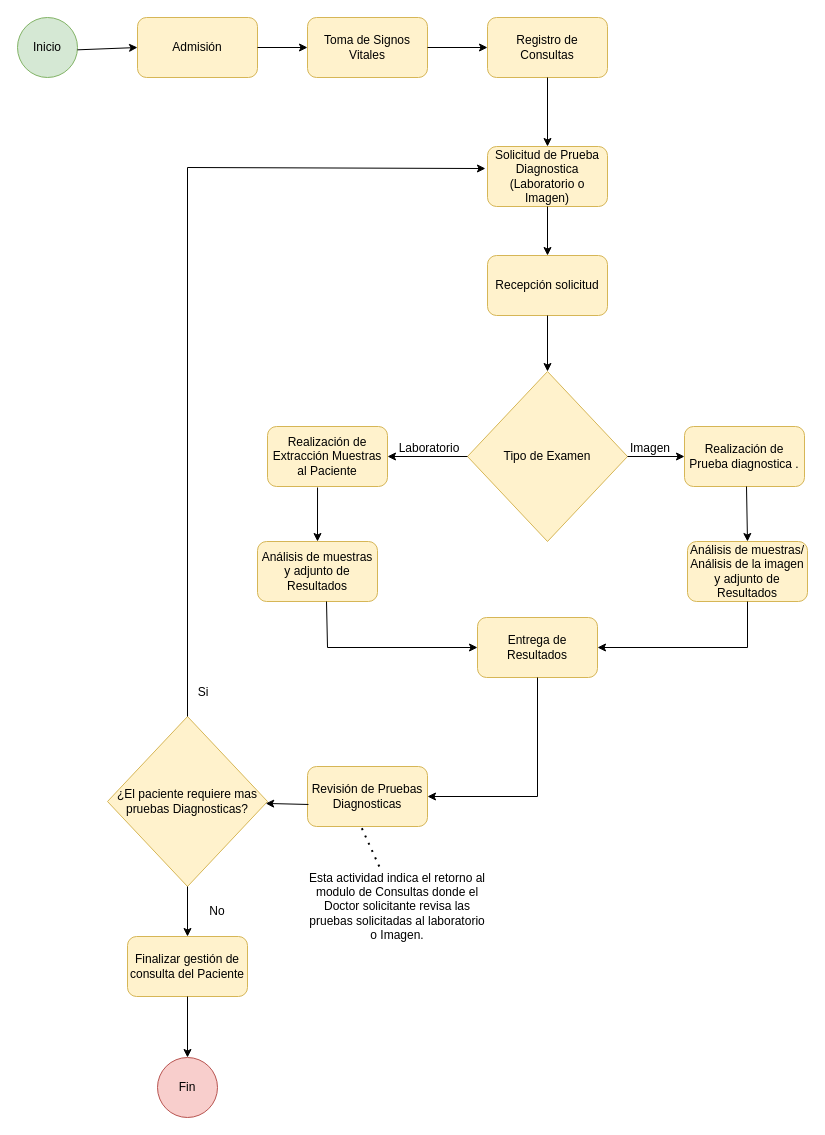
The draw.io diagram page "Diagrama de Laboratorio" (6 of 7) of Untitled Diagram.drawio in marguello86/Equipo1_MINSA, before the edit. Source tidied: cells renumbered, new cells numbered last; positions are measured from the earlier drawing's top-left corner, leaving out a move shared by most shapes. Both pictures are drawn from the tidied source at 100%, with x=0, y=0 at pixel (17, 17).
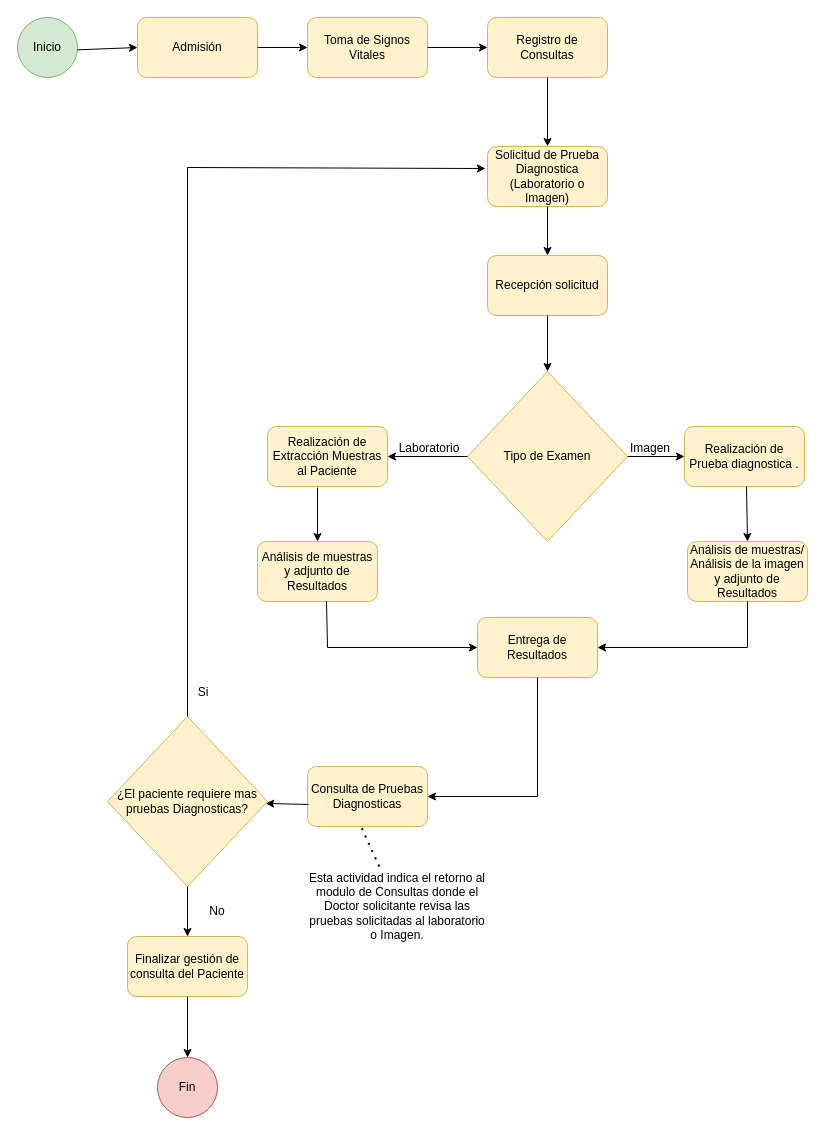
Above is the later version.

The edit, as a diff of the source:
```diff
@@
-    <mxCell id="18" value="Revisión de Pruebas Diagnosticas" style="rounded=1;whiteSpace=wrap;html=1;fillColor=#fff2cc;strokeColor=#d6b656;" parent="1" vertex="1">
+    <mxCell id="18" value="Consulta de Pruebas Diagnosticas" style="rounded=1;whiteSpace=wrap;html=1;fillColor=#fff2cc;strokeColor=#d6b656;" parent="1" vertex="1">
       <mxGeometry x="290" y="749" width="120" height="60" as="geometry" />
     </mxCell>
```
